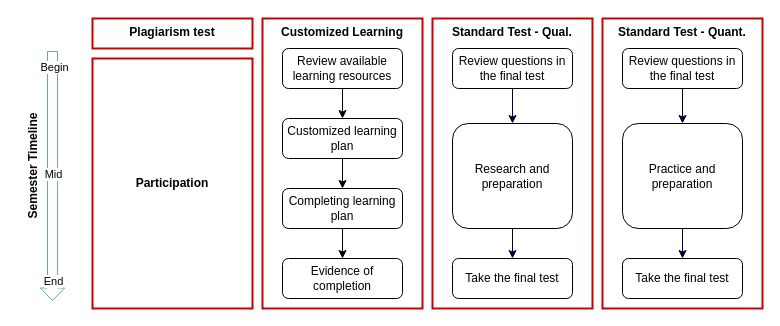
Earlier version of the draw.io diagram page "assignments_23f" (2 of 2) of assets/structure.drawio (ma-ji/amgps). Source tidied: cells renumbered, new cells numbered last; positions are measured from the earlier drawing's top-left corner, leaving out a move shared by most shapes. Both pictures are drawn from the tidied source at 100%, with x=0, y=0 at pixel (-38, 18).
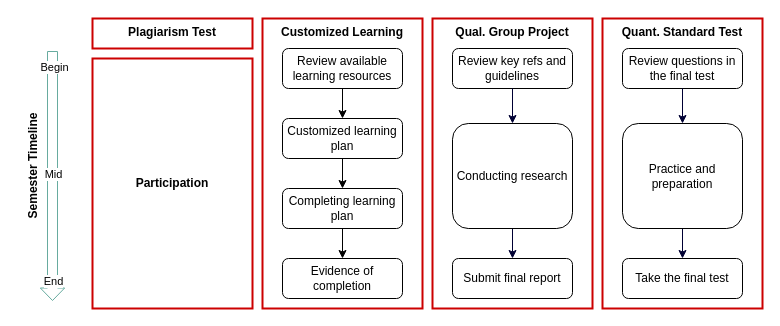
The same diagram, later.

Unchanged cells that the change refers to:
```xml
<mxCell id="2" style="group;" parent="1" vertex="1">
  <mxGeometry x="55" width="745" height="290" as="geometry" />
</mxCell>
```

The edit, as a diff of the source:
```diff
@@
-    <mxCell id="3" value="&lt;b&gt;Standard Test - Qual.&lt;/b&gt;" style="rounded=0;whiteSpace=wrap;html=1;fillColor=none;verticalAlign=top;strokeColor=#CC0000;strokeWidth=2;" parent="2" vertex="1">
+    <mxCell id="3" value="&lt;b&gt;Qual. Group Project&lt;/b&gt;" style="rounded=0;whiteSpace=wrap;html=1;fillColor=none;verticalAlign=top;strokeColor=#CC0000;strokeWidth=2;" parent="2" vertex="1">
       <mxGeometry x="415" width="160" height="290" as="geometry" />
     </mxCell>
@@
-    <mxCell id="11" value="Review questions in the final test" style="whiteSpace=wrap;html=1;rounded=1;" parent="2" vertex="1">
+    <mxCell id="11" value="Review key refs and guidelines" style="whiteSpace=wrap;html=1;rounded=1;" parent="2" vertex="1">
       <mxGeometry x="435" y="30" width="120" height="40" as="geometry" />
     </mxCell>
@@
-    <mxCell id="13" value="Take the final test" style="whiteSpace=wrap;html=1;rounded=1;" parent="2" vertex="1">
+    <mxCell id="13" value="Submit final report" style="whiteSpace=wrap;html=1;rounded=1;" parent="2" vertex="1">
       <mxGeometry x="435" y="240" width="120" height="40" as="geometry" />
     </mxCell>
@@
-    <mxCell id="19" value="Research and preparation" style="whiteSpace=wrap;html=1;rounded=1;" parent="2" vertex="1">
+    <mxCell id="19" value="Conducting research" style="whiteSpace=wrap;html=1;rounded=1;" parent="2" vertex="1">
       <mxGeometry x="435" y="105" width="120" height="105" as="geometry" />
     </mxCell>
@@
-    <mxCell id="22" value="&lt;b&gt;Plagiarism test&lt;/b&gt;" style="rounded=0;whiteSpace=wrap;html=1;fillColor=none;verticalAlign=top;strokeColor=#CC0000;strokeWidth=2;" parent="2" vertex="1">
+    <mxCell id="22" value="&lt;b&gt;Plagiarism Test&lt;/b&gt;" style="rounded=0;whiteSpace=wrap;html=1;fillColor=none;verticalAlign=top;strokeColor=#CC0000;strokeWidth=2;" parent="2" vertex="1">
       <mxGeometry x="75" width="160" height="30" as="geometry" />
     </mxCell>
@@
-    <mxCell id="24" value="&lt;b&gt;Standard Test - Quant.&lt;/b&gt;" style="rounded=0;whiteSpace=wrap;html=1;fillColor=none;verticalAlign=top;strokeColor=#CC0000;strokeWidth=2;" parent="2" vertex="1">
+    <mxCell id="24" value="&lt;b style=&quot;border-color: var(--border-color);&quot;&gt;Quant.&amp;nbsp;&lt;/b&gt;&lt;b&gt;Standard Test&lt;/b&gt;" style="rounded=0;whiteSpace=wrap;html=1;fillColor=none;verticalAlign=top;strokeColor=#CC0000;strokeWidth=2;" parent="2" vertex="1">
       <mxGeometry x="585" width="160" height="290" as="geometry" />
     </mxCell>
```
